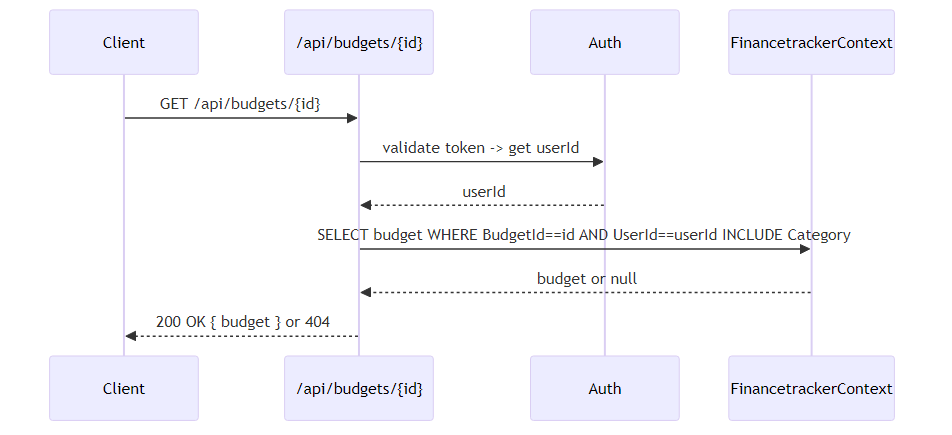
Earlier version of the Mermaid export docs/sequence-diagrams/budgets/diagrams/get-budget-by-id_1.png (cimpa2004/financeTracker). Its source is kept beside it as docs/sequence-diagrams/budgets/diagrams/get-budget-by-id_1.mmd. Source of this version:
```mermaid
sequenceDiagram
    participant Client
    participant API as /api/budgets/{id}
    participant Auth
    participant Db as FinancetrackerContext

    Client->>API: GET /api/budgets/{id}
    API->>Auth: validate token -> get userId
    Auth-->>API: userId
    API->>Db: SELECT budget WHERE BudgetId==id AND UserId==userId INCLUDE Category
    Db-->>API: budget or null
    API-->>Client: 200 OK { budget } or 404
```
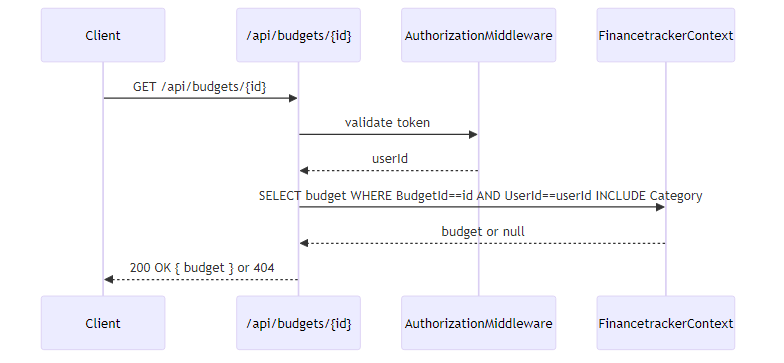
Later version of the same file.

What changed in the source:
```diff
@@ -1,12 +1,12 @@
 sequenceDiagram
     participant Client
     participant API as /api/budgets/{id}
-    participant Auth
+    participant AuthorizationMiddleware
     participant Db as FinancetrackerContext
 
     Client->>API: GET /api/budgets/{id}
-    API->>Auth: validate token -> get userId
-    Auth-->>API: userId
+    API->>AuthorizationMiddleware: validate token
+    AuthorizationMiddleware-->>API: userId
     API->>Db: SELECT budget WHERE BudgetId==id AND UserId==userId INCLUDE Category
     Db-->>API: budget or null
     API-->>Client: 200 OK { budget } or 404
```
